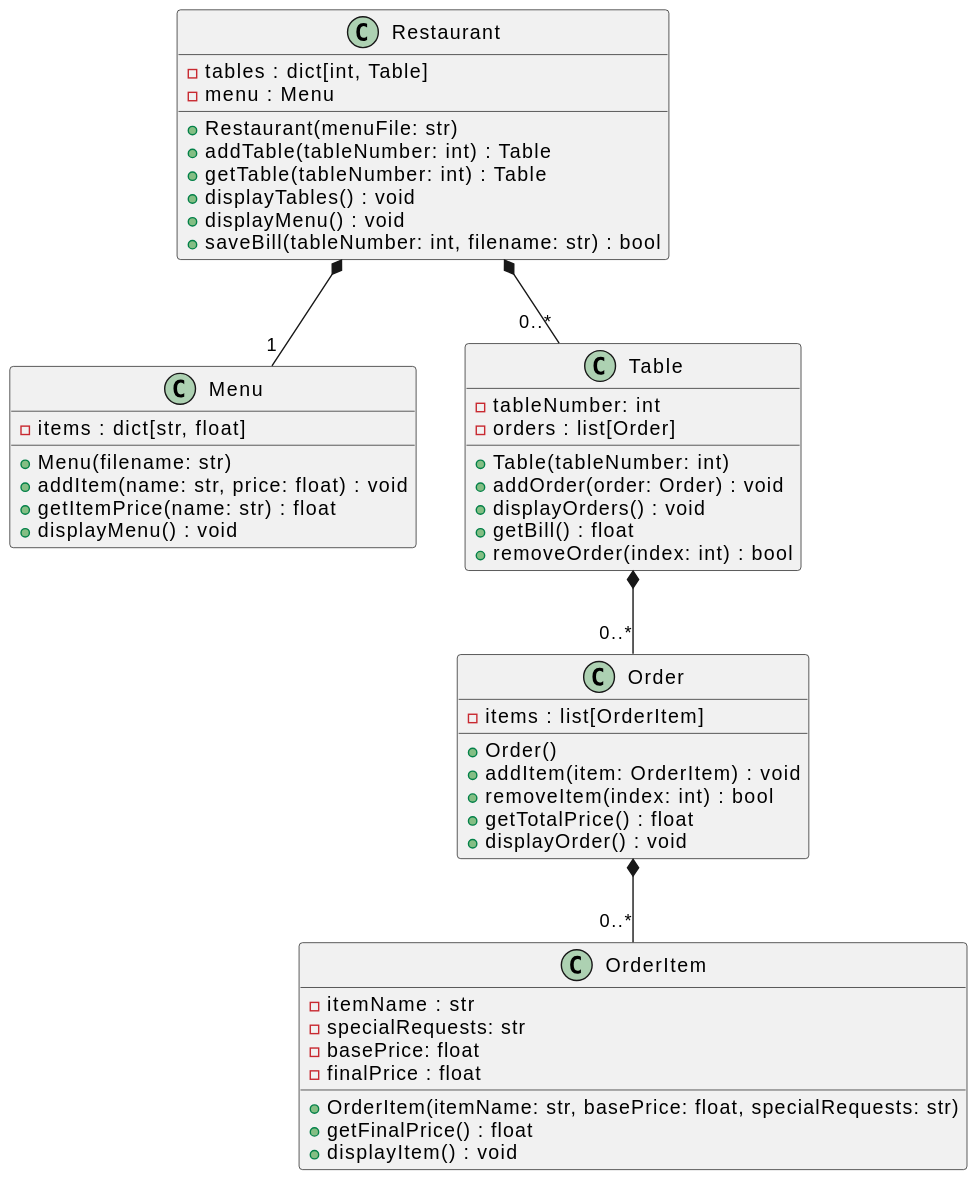
Above: uml.svg in finn200102/restaurant-order-system-solution (PlantUML), before the change.
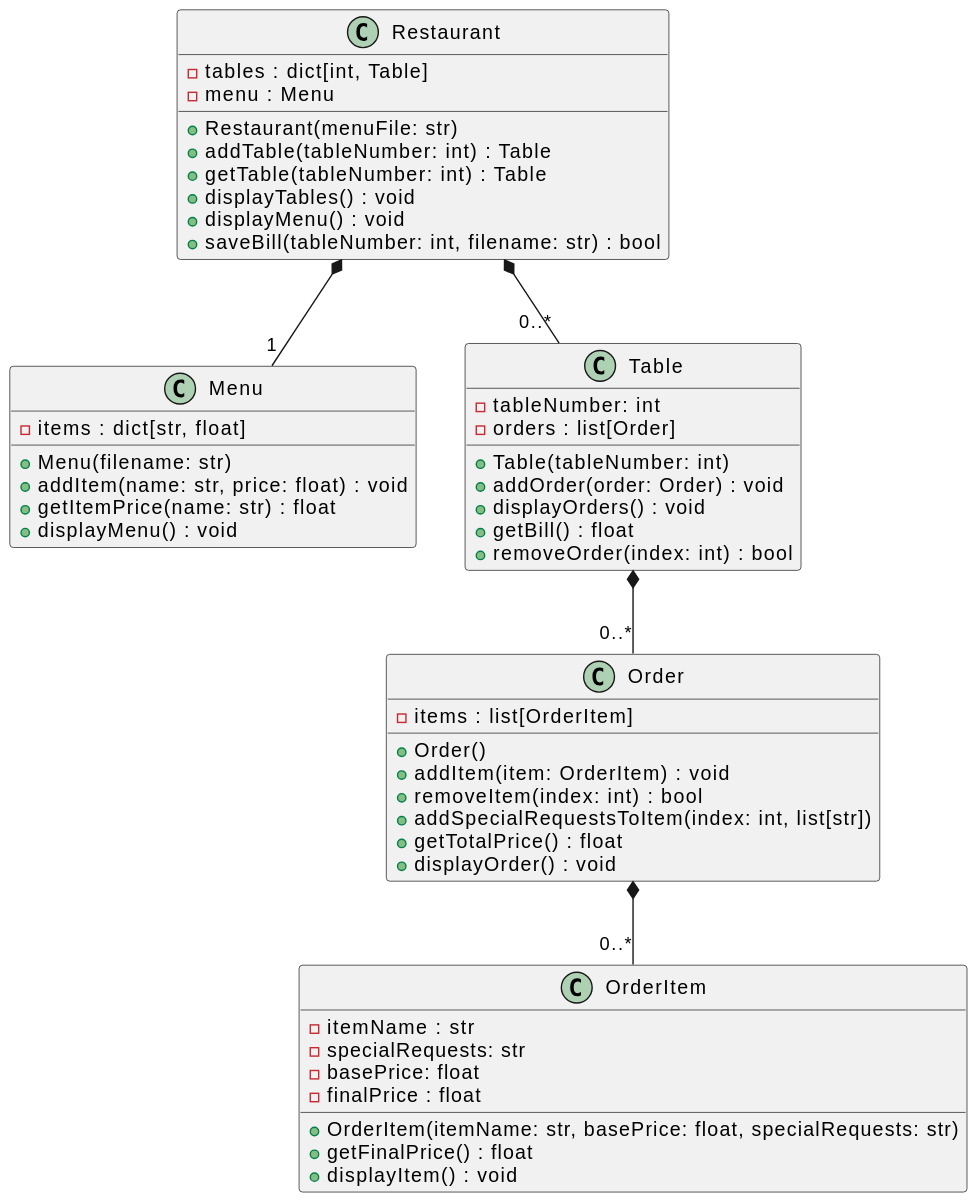
Above is the later version.

Diff of the diagram source:
```diff
@@ -33,6 +33,7 @@
   + Order()
   + addItem(item: OrderItem) : void
   + removeItem(index: int) : bool
+  + addSpecialRequestsToItem(index: int, list[str])
   + getTotalPrice() : float
   + displayOrder() : void
 }
```
